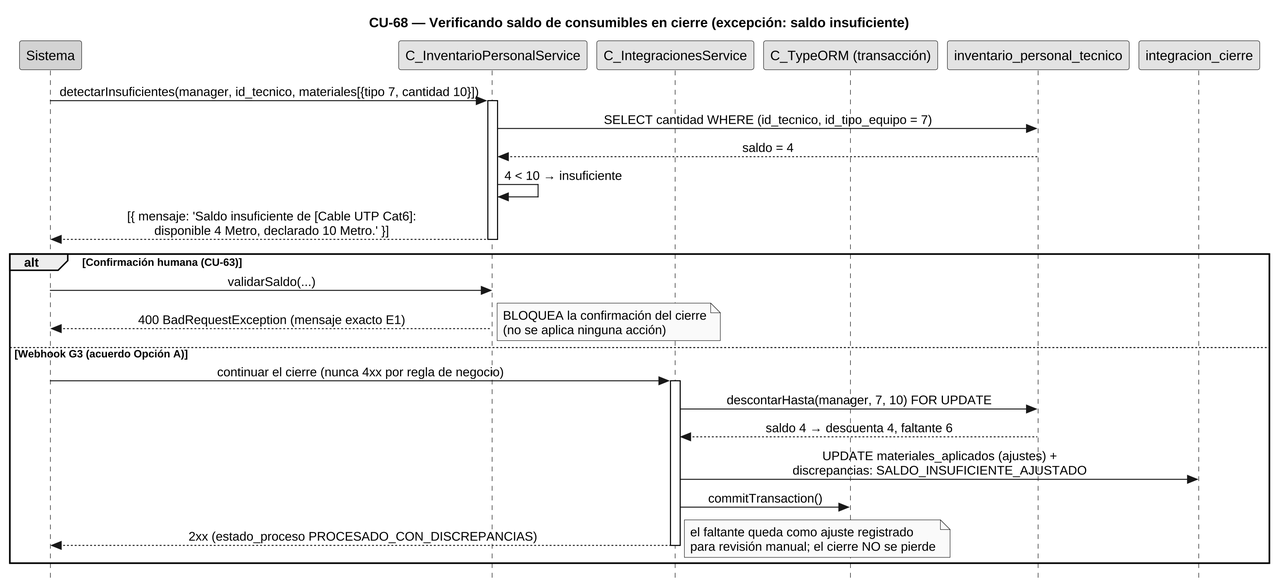
Earlier version of the PlantUML export diagramas/diagramas-secuencia/CU68/CU68-exc-saldo-insuficiente.png (FSM-Finet-y-Cable-Magico/Team_1-Inventario-y-Bodega).
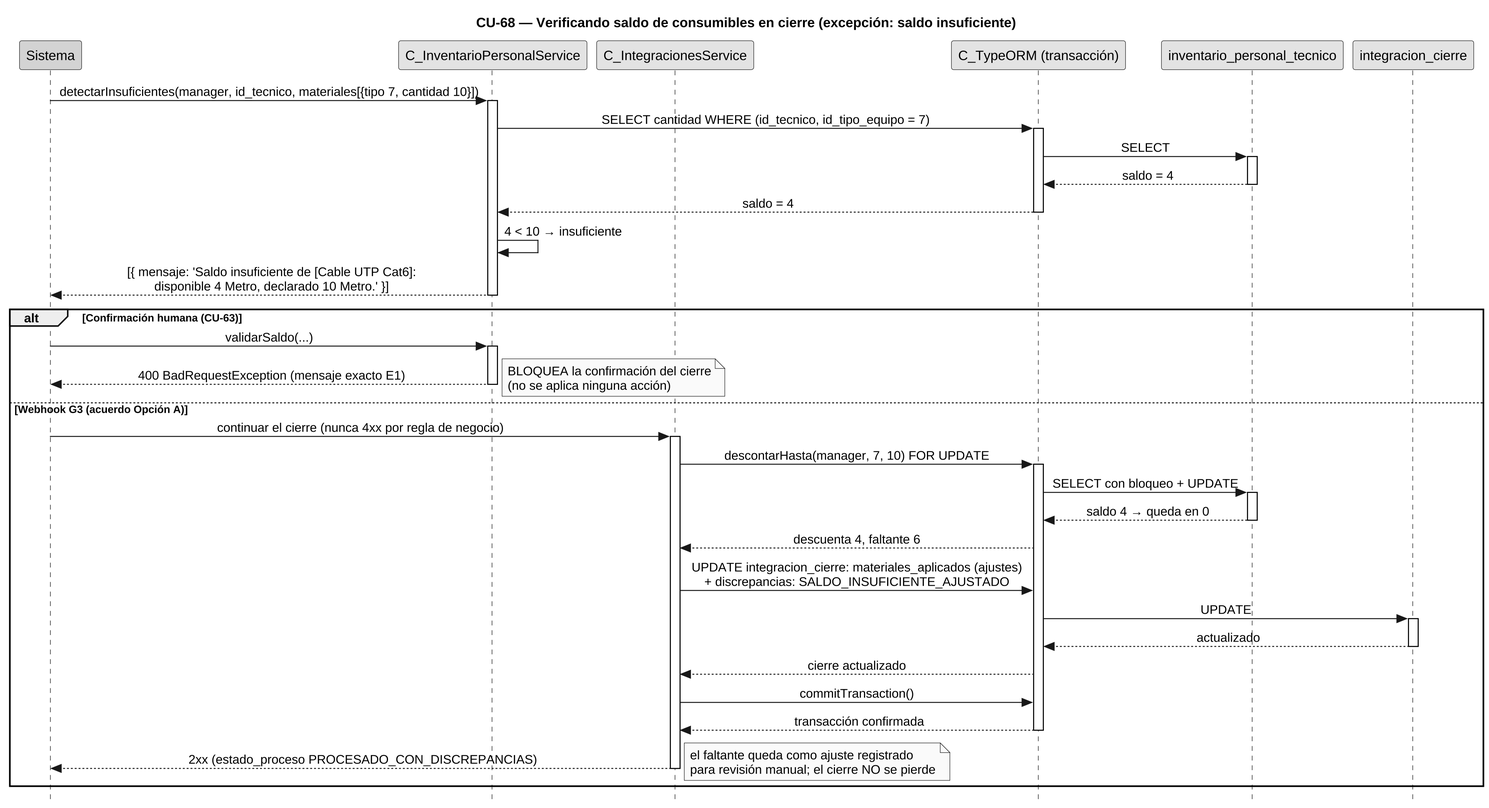
Later version of the same file.

The edit, as a diff of the source:
```diff
@@ -37,22 +37,42 @@
 
 sys -> ips : detectarInsuficientes(manager, id_tecnico, materiales[{tipo 7, cantidad 10}])
 activate ips
-ips -> inv : SELECT cantidad WHERE (id_tecnico, id_tipo_equipo = 7)
-inv --> ips : saldo = 4
+ips -> orm : SELECT cantidad WHERE (id_tecnico, id_tipo_equipo = 7)
+activate orm
+orm -> inv : SELECT
+activate inv
+inv --> orm : saldo = 4
+deactivate inv
+orm --> ips : saldo = 4
+deactivate orm
 ips -> ips : 4 < 10 → insuficiente
 ips --> sys : [{ mensaje: 'Saldo insuficiente de [Cable UTP Cat6]:\ndisponible 4 Metro, declarado 10 Metro.' }]
 deactivate ips
 alt Confirmación humana (CU-63)
   sys -> ips : validarSaldo(...)
+  activate ips
   ips --> sys : 400 BadRequestException (mensaje exacto E1)
+  deactivate ips
   note right : BLOQUEA la confirmación del cierre\n(no se aplica ninguna acción)
 else Webhook G3 (acuerdo Opción A)
   sys -> svc : continuar el cierre (nunca 4xx por regla de negocio)
   activate svc
-  svc -> inv : descontarHasta(manager, 7, 10) FOR UPDATE
-  inv --> svc : saldo 4 → descuenta 4, faltante 6
-  svc -> cierre : UPDATE materiales_aplicados (ajustes) +\ndiscrepancias: SALDO_INSUFICIENTE_AJUSTADO
+  svc -> orm : descontarHasta(manager, 7, 10) FOR UPDATE
+  activate orm
+  orm -> inv : SELECT con bloqueo + UPDATE
+  activate inv
+  inv --> orm : saldo 4 → queda en 0
+  deactivate inv
+  orm --> svc : descuenta 4, faltante 6
+  svc -> orm : UPDATE integracion_cierre: materiales_aplicados (ajustes)\n+ discrepancias: SALDO_INSUFICIENTE_AJUSTADO
+  orm -> cierre : UPDATE
+  activate cierre
+  cierre --> orm : actualizado
+  deactivate cierre
+  orm --> svc : cierre actualizado
   svc -> orm : commitTransaction()
+  orm --> svc : transacción confirmada
+  deactivate orm
   svc --> sys : 2xx (estado_proceso PROCESADO_CON_DISCREPANCIAS)
   note right : el faltante queda como ajuste registrado\npara revisión manual; el cierre NO se pierde
   deactivate svc
```
